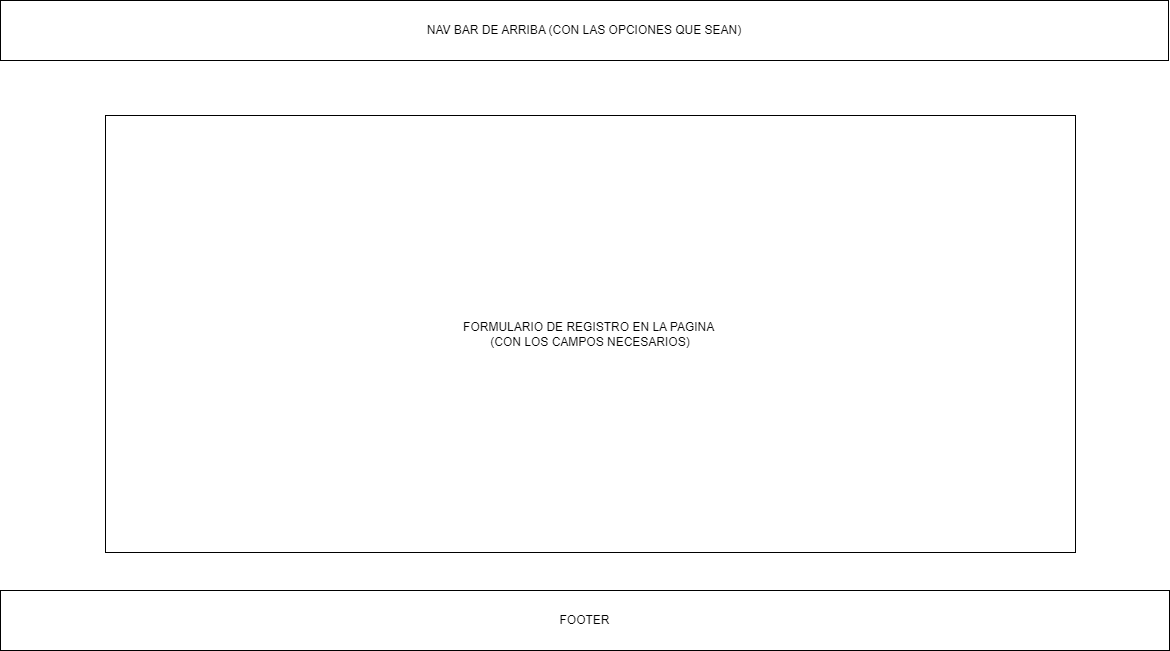
Above: Random/diagramaContacto.drawio.png in Dominguezd01/ProyectoInterfaces (draw.io), before the change. Source tidied: cells renumbered, new cells last; positions are measured from the earlier drawing's top-left corner, leaving out a move shared by most shapes.
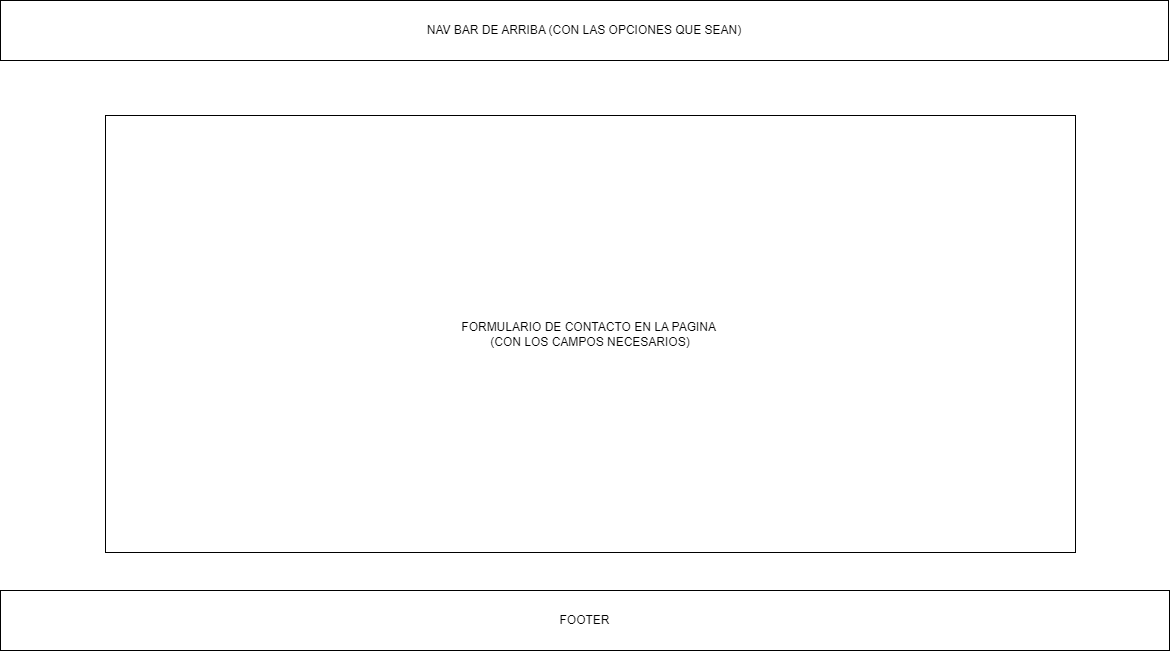
The same file after the commit.

Diff of the diagram source:
```diff
@@ -5,7 +5,7 @@
     <mxCell id="2" value="NAV BAR DE ARRIBA (CON LAS OPCIONES QUE SEAN)" style="rounded=0;whiteSpace=wrap;html=1;" parent="1" vertex="1">
       <mxGeometry width="1168" height="60" as="geometry" />
     </mxCell>
-    <mxCell id="3" value="FORMULARIO DE REGISTRO EN LA PAGINA&amp;nbsp;&lt;br&gt;(CON LOS CAMPOS NECESARIOS)" style="rounded=0;whiteSpace=wrap;html=1;" parent="1" vertex="1">
+    <mxCell id="3" value="FORMULARIO DE CONTACTO EN LA PAGINA&amp;nbsp;&lt;br&gt;(CON LOS CAMPOS NECESARIOS)" style="rounded=0;whiteSpace=wrap;html=1;" parent="1" vertex="1">
       <mxGeometry x="105" y="115" width="970" height="437" as="geometry" />
     </mxCell>
     <mxCell id="4" value="FOOTER" style="rounded=0;whiteSpace=wrap;html=1;" parent="1" vertex="1">
```
